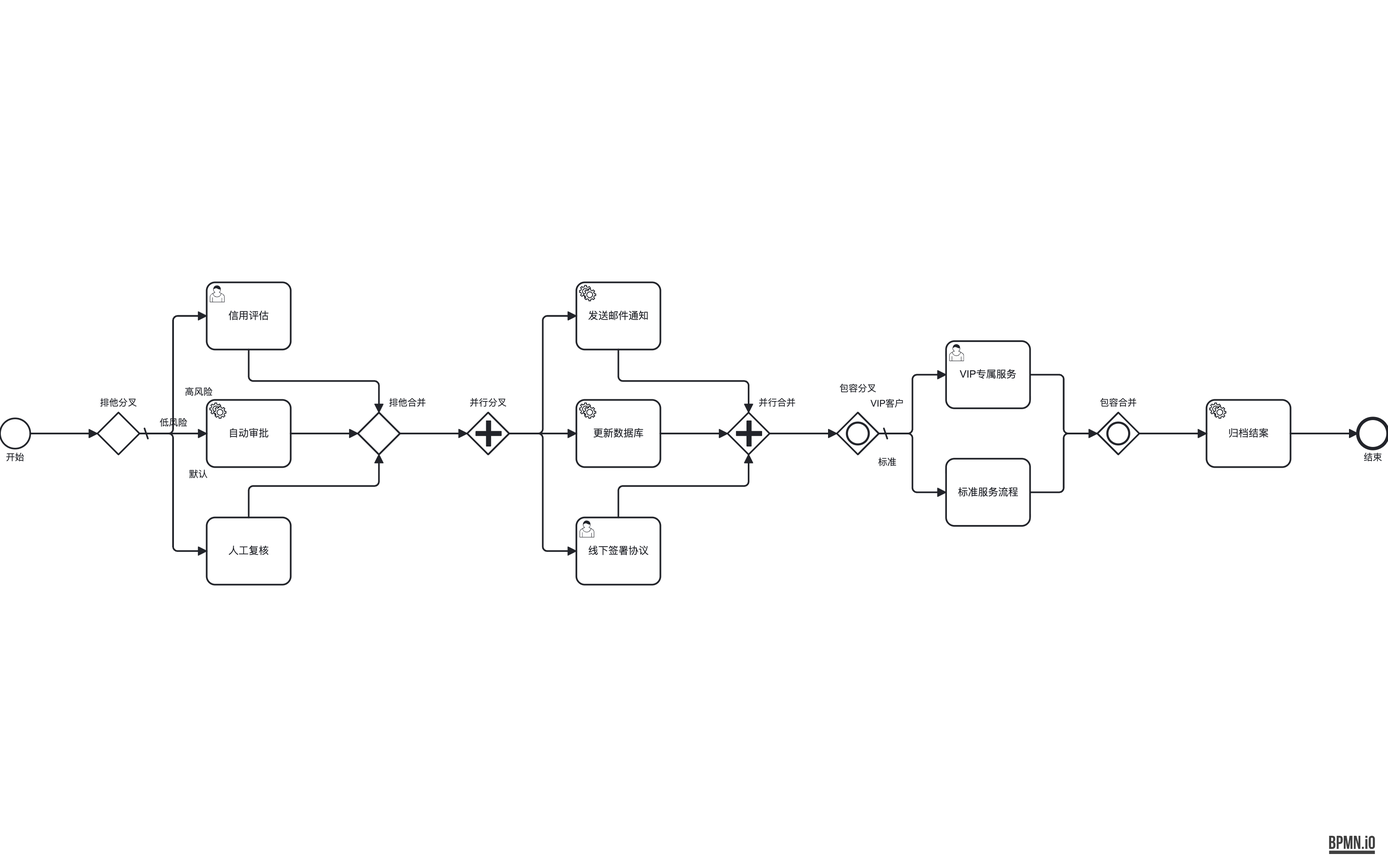
The BPMN diagram out-bpmn-png/42-gateway-merge-labels.png in LcpMarvel/tramito-layout, before a commit. Its source is kept beside it as out-xml/42-gateway-merge-labels.bpmn. Ids are renumbered.
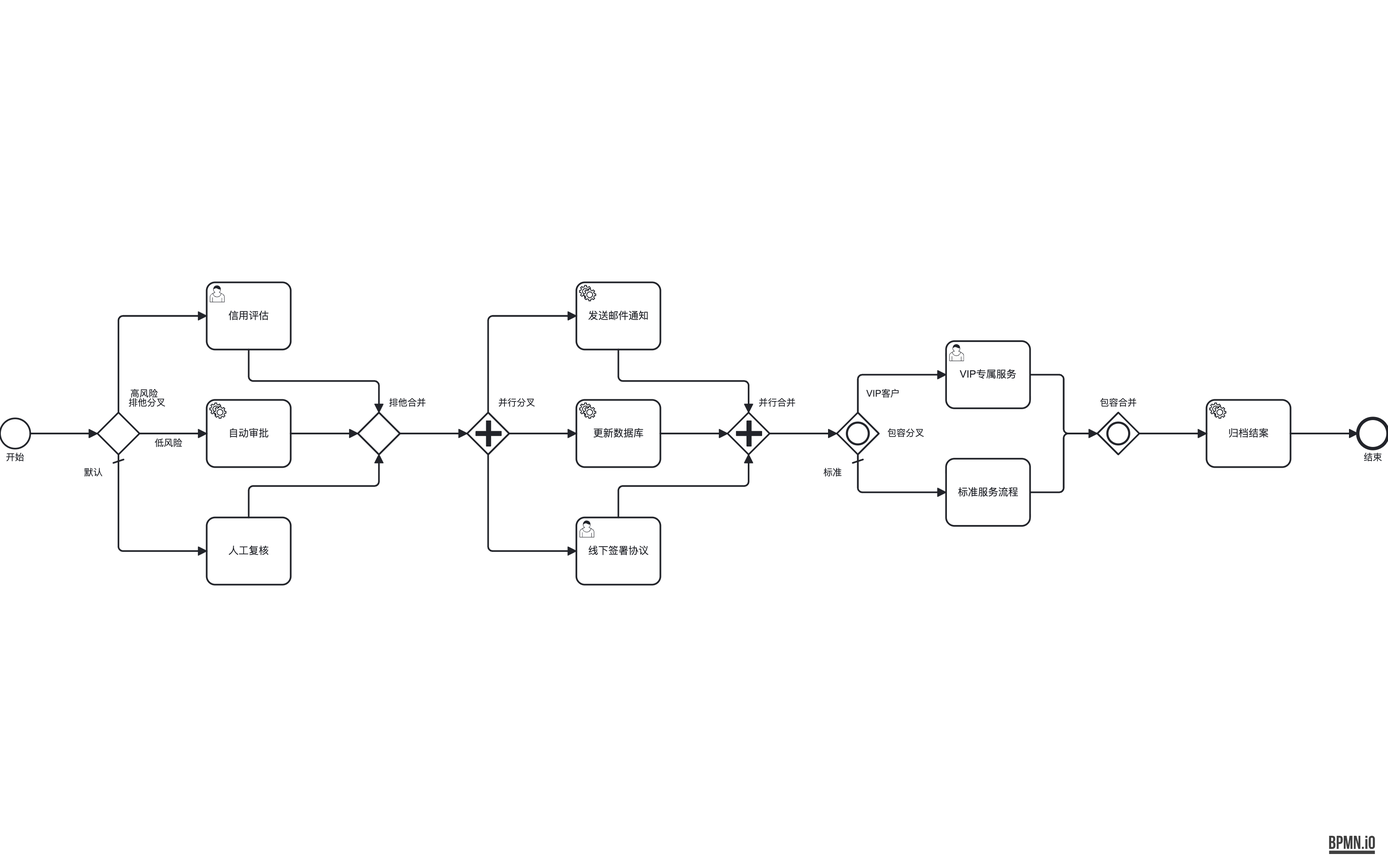
Later version of the same file.

Diff of the diagram source:
```diff
@@ -118,7 +118,7 @@
       <bpmndi:BPMNShape id="gw_xor_div_di" bpmnElement="gw_xor_div">
         <dc:Bounds x="178" y="187" width="50" height="50" />
         <bpmndi:BPMNLabel>
-          <dc:Bounds x="175" y="169" width="56" height="14" />
+          <dc:Bounds x="209" y="169" width="56" height="14" />
         </bpmndi:BPMNLabel>
       </bpmndi:BPMNShape>
       <bpmndi:BPMNShape id="task_xor_a1_di" bpmnElement="task_xor_a1">
@@ -139,7 +139,7 @@
       <bpmndi:BPMNShape id="gw_par_div_di" bpmnElement="gw_par_div">
         <dc:Bounds x="618" y="187" width="50" height="50" />
         <bpmndi:BPMNLabel>
-          <dc:Bounds x="615" y="169" width="56" height="14" />
+          <dc:Bounds x="649" y="169" width="56" height="14" />
         </bpmndi:BPMNLabel>
       </bpmndi:BPMNShape>
       <bpmndi:BPMNShape id="task_par_1a_di" bpmnElement="task_par_1a">
@@ -160,7 +160,7 @@
       <bpmndi:BPMNShape id="gw_inc_div_di" bpmnElement="gw_inc_div">
         <dc:Bounds x="1058" y="187" width="50" height="50" />
         <bpmndi:BPMNLabel>
-          <dc:Bounds x="1055" y="152" width="56" height="14" />
+          <dc:Bounds x="1112" y="205" width="56" height="14" />
         </bpmndi:BPMNLabel>
       </bpmndi:BPMNShape>
       <bpmndi:BPMNShape id="task_inc_vip_di" bpmnElement="task_inc_vip">
@@ -189,28 +189,26 @@
         <di:waypoint x="178" y="212" />
       </bpmndi:BPMNEdge>
       <bpmndi:BPMNEdge id="flow_xor_a_di" bpmnElement="flow_xor_a">
-        <di:waypoint x="228" y="212" />
-        <di:waypoint x="268" y="212" />
-        <di:waypoint x="268" y="72" />
+        <di:waypoint x="203" y="187" />
+        <di:waypoint x="203" y="72" />
         <di:waypoint x="308" y="72" />
         <bpmndi:BPMNLabel>
-          <dc:Bounds x="273" y="156" width="50" height="14" />
+          <dc:Bounds x="208" y="158" width="50" height="14" />
         </bpmndi:BPMNLabel>
       </bpmndi:BPMNEdge>
       <bpmndi:BPMNEdge id="flow_xor_b_di" bpmnElement="flow_xor_b">
         <di:waypoint x="228" y="212" />
         <di:waypoint x="308" y="212" />
         <bpmndi:BPMNLabel>
-          <dc:Bounds x="243" y="193" width="50" height="14" />
+          <dc:Bounds x="237" y="217" width="50" height="14" />
         </bpmndi:BPMNLabel>
       </bpmndi:BPMNEdge>
       <bpmndi:BPMNEdge id="flow_xor_c_di" bpmnElement="flow_xor_c">
-        <di:waypoint x="228" y="212" />
-        <di:waypoint x="268" y="212" />
-        <di:waypoint x="268" y="352" />
+        <di:waypoint x="203" y="237" />
+        <di:waypoint x="203" y="352" />
         <di:waypoint x="308" y="352" />
         <bpmndi:BPMNLabel>
-          <dc:Bounds x="273" y="254" width="50" height="14" />
+          <dc:Bounds x="148" y="252" width="50" height="14" />
         </bpmndi:BPMNLabel>
       </bpmndi:BPMNEdge>
       <bpmndi:BPMNEdge id="f_xor_a1_conv_di" bpmnElement="f_xor_a1_conv">
@@ -234,9 +232,8 @@
         <di:waypoint x="618" y="212" />
       </bpmndi:BPMNEdge>
       <bpmndi:BPMNEdge id="f_par_1_di" bpmnElement="f_par_1">
-        <di:waypoint x="668" y="212" />
-        <di:waypoint x="708" y="212" />
-        <di:waypoint x="708" y="72" />
+        <di:waypoint x="643" y="187" />
+        <di:waypoint x="643" y="72" />
         <di:waypoint x="748" y="72" />
       </bpmndi:BPMNEdge>
       <bpmndi:BPMNEdge id="f_par_2_di" bpmnElement="f_par_2">
@@ -244,9 +241,8 @@
         <di:waypoint x="748" y="212" />
       </bpmndi:BPMNEdge>
       <bpmndi:BPMNEdge id="f_par_3_di" bpmnElement="f_par_3">
-        <di:waypoint x="668" y="212" />
-        <di:waypoint x="708" y="212" />
-        <di:waypoint x="708" y="352" />
+        <di:waypoint x="643" y="237" />
+        <di:waypoint x="643" y="352" />
         <di:waypoint x="748" y="352" />
       </bpmndi:BPMNEdge>
       <bpmndi:BPMNEdge id="f_par_1_conv_di" bpmnElement="f_par_1_conv">
@@ -270,21 +266,19 @@
         <di:waypoint x="1058" y="212" />
       </bpmndi:BPMNEdge>
       <bpmndi:BPMNEdge id="flow_inc_vip_di" bpmnElement="flow_inc_vip">
-        <di:waypoint x="1108" y="212" />
-        <di:waypoint x="1148" y="212" />
-        <di:waypoint x="1148" y="142" />
+        <di:waypoint x="1083" y="187" />
+        <di:waypoint x="1083" y="142" />
         <di:waypoint x="1188" y="142" />
         <bpmndi:BPMNLabel>
-          <dc:Bounds x="1093" y="170" width="50" height="14" />
+          <dc:Bounds x="1088" y="158" width="50" height="14" />
         </bpmndi:BPMNLabel>
       </bpmndi:BPMNEdge>
       <bpmndi:BPMNEdge id="flow_inc_standard_di" bpmnElement="flow_inc_standard">
-        <di:waypoint x="1108" y="212" />
-        <di:waypoint x="1148" y="212" />
-        <di:waypoint x="1148" y="282" />
+        <di:waypoint x="1083" y="237" />
+        <di:waypoint x="1083" y="282" />
         <di:waypoint x="1188" y="282" />
         <bpmndi:BPMNLabel>
-          <dc:Bounds x="1093" y="240" width="50" height="14" />
+          <dc:Bounds x="1028" y="252" width="50" height="14" />
         </bpmndi:BPMNLabel>
       </bpmndi:BPMNEdge>
       <bpmndi:BPMNEdge id="f_inc_vip_conv_di" bpmnElement="f_inc_vip_conv">
```
